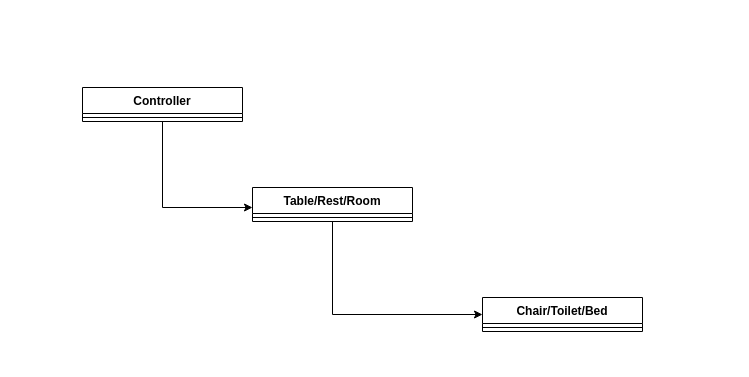
ZhRaL/Transfer keeps this draw.io diagram as Saves.drawio. Above is the earlier version. Source tidied: cells renumbered, new cells numbered last; positions are measured from the earlier drawing's top-left corner, leaving out a move shared by most shapes. Both pictures are drawn from the tidied source at 100%, with x=0, y=0 at pixel (82, 87).
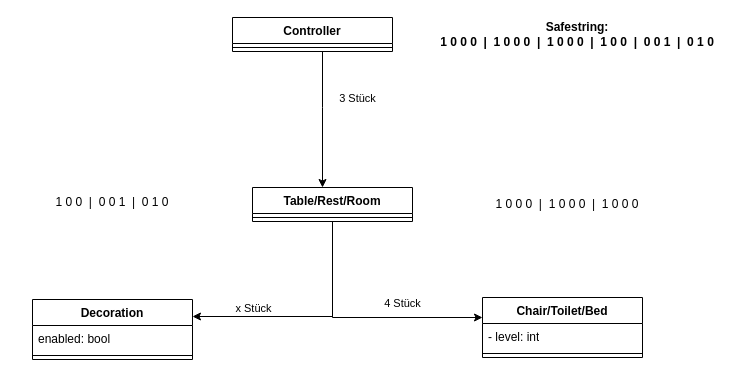
The same page after the edit.

The change refers to these unchanged cells:
```xml
<mxCell id="6" value="Table/Rest/Room" style="swimlane;fontStyle=1;align=center;verticalAlign=top;horizontal=1;startSize=26;whiteSpace=wrap;html=1;" parent="1" vertex="1">
  <mxGeometry x="170" y="100" width="160" height="34" as="geometry" />
</mxCell>
```

The edit, as a diff of the source:
```diff
@@
     <mxCell id="2" style="edgeStyle=orthogonalEdgeStyle;rounded=0;jettySize=auto;html=1;" parent="1" edge="1" source="3" target="6">
       <mxGeometry relative="1" as="geometry">
         <Array as="points">
-          <mxPoint x="80" y="120" />
+          <mxPoint x="240" y="20" />
+          <mxPoint x="240" y="20" />
         </Array>
       </mxGeometry>
     </mxCell>
+    <mxCell id="10" value="3 Stück" style="edgeLabel;html=1;align=center;verticalAlign=middle;" parent="2" vertex="1">
+      <mxGeometry x="-0.53" y="1" relative="1" as="geometry">
+        <mxPoint x="33" y="14" as="offset" />
+      </mxGeometry>
+    </mxCell>
     <mxCell id="3" value="Controller" style="swimlane;fontStyle=1;align=center;verticalAlign=top;horizontal=1;startSize=26;whiteSpace=wrap;html=1;" parent="1" vertex="1">
-      <mxGeometry width="160" height="34" as="geometry" />
+      <mxGeometry x="150" y="-70" width="160" height="34" as="geometry" />
     </mxCell>
@@
     <mxCell id="5" style="edgeStyle=orthogonalEdgeStyle;rounded=0;jettySize=auto;html=1;" parent="1" edge="1" source="6" target="8">
       <mxGeometry relative="1" as="geometry">
         <Array as="points">
-          <mxPoint x="250" y="227" />
+          <mxPoint x="250" y="230" />
         </Array>
       </mxGeometry>
     </mxCell>
+    <mxCell id="11" value="4 Stück" style="edgeLabel;html=1;align=center;verticalAlign=middle;" parent="5" vertex="1">
+      <mxGeometry x="0.37" y="3" relative="1" as="geometry">
+        <mxPoint x="-4" y="-12" as="offset" />
+      </mxGeometry>
+    </mxCell>
+    <mxCell id="12" style="edgeStyle=orthogonalEdgeStyle;rounded=0;jettySize=auto;html=1;" parent="1" edge="1" source="6" target="15">
+      <mxGeometry relative="1" as="geometry">
+        <Array as="points">
+          <mxPoint x="250" y="229" />
+        </Array>
+      </mxGeometry>
+    </mxCell>
+    <mxCell id="13" value="x Stück" style="edgeLabel;html=1;align=center;verticalAlign=middle;" parent="12" vertex="1">
+      <mxGeometry x="0.5" y="-1" relative="1" as="geometry">
+        <mxPoint x="1" y="-8" as="offset" />
+      </mxGeometry>
+    </mxCell>
@@
     <mxCell id="8" value="Chair/Toilet/Bed" style="swimlane;fontStyle=1;align=center;verticalAlign=top;horizontal=1;startSize=26;whiteSpace=wrap;html=1;" parent="1" vertex="1">
-      <mxGeometry x="400" y="210" width="160" height="34" as="geometry" />
+      <mxGeometry x="400" y="210" width="160" height="60" as="geometry" />
     </mxCell>
+    <mxCell id="14" value="- level: int" style="text;strokeColor=none;fillColor=none;align=left;verticalAlign=top;spacingLeft=4;spacingRight=4;overflow=hidden;whiteSpace=wrap;html=1;" parent="8" vertex="1">
+      <mxGeometry y="26" width="160" height="26" as="geometry" />
+    </mxCell>
     <mxCell id="9" style="line;strokeWidth=1;fillColor=none;align=left;verticalAlign=middle;spacingTop=-1;spacingLeft=3;spacingRight=3;labelPosition=right;strokeColor=inherit;" parent="8" vertex="1">
-      <mxGeometry y="26" width="160" height="8" as="geometry" />
+      <mxGeometry y="52" width="160" height="8" as="geometry" />
     </mxCell>
+    <mxCell id="15" value="Decoration" style="swimlane;fontStyle=1;align=center;verticalAlign=top;horizontal=1;startSize=26;whiteSpace=wrap;html=1;" parent="1" vertex="1">
+      <mxGeometry x="-50" y="212" width="160" height="60" as="geometry" />
+    </mxCell>
+    <mxCell id="16" value="enabled: bool" style="text;strokeColor=none;fillColor=none;align=left;verticalAlign=top;spacingLeft=4;spacingRight=4;overflow=hidden;whiteSpace=wrap;html=1;" parent="15" vertex="1">
+      <mxGeometry y="26" width="160" height="26" as="geometry" />
+    </mxCell>
+    <mxCell id="17" style="line;strokeWidth=1;fillColor=none;align=left;verticalAlign=middle;spacingTop=-1;spacingLeft=3;spacingRight=3;labelPosition=right;strokeColor=inherit;" parent="15" vertex="1">
+      <mxGeometry y="52" width="160" height="8" as="geometry" />
+    </mxCell>
+    <mxCell id="18" value="1 0 0 0&amp;nbsp; |&amp;nbsp; 1 0 0 0&amp;nbsp; |&amp;nbsp; 1 0 0 0" style="text;html=1;align=center;verticalAlign=middle;whiteSpace=wrap;rounded=0;" parent="1" vertex="1">
+      <mxGeometry x="390" y="102" width="190" height="30" as="geometry" />
+    </mxCell>
+    <mxCell id="19" value="1 0 0&amp;nbsp; |&amp;nbsp; 0 0 1&amp;nbsp; |&amp;nbsp; 0 1 0" style="text;html=1;align=center;verticalAlign=middle;whiteSpace=wrap;rounded=0;" parent="1" vertex="1">
+      <mxGeometry x="-65" y="100" width="190" height="30" as="geometry" />
+    </mxCell>
+    <mxCell id="20" value="&lt;div&gt;Safestring:&lt;/div&gt;1 0 0 0&amp;nbsp; |&amp;nbsp; 1 0 0 0&amp;nbsp; |&amp;nbsp; 1 0 0 0&amp;nbsp; |&amp;nbsp; 1 0 0&amp;nbsp; |&amp;nbsp; 0 0 1&amp;nbsp; |&amp;nbsp; 0 1 0" style="text;html=1;align=center;verticalAlign=middle;whiteSpace=wrap;rounded=0;fontStyle=1;" parent="1" vertex="1">
+      <mxGeometry x="340" y="-68" width="310" height="30" as="geometry" />
+    </mxCell>
```
